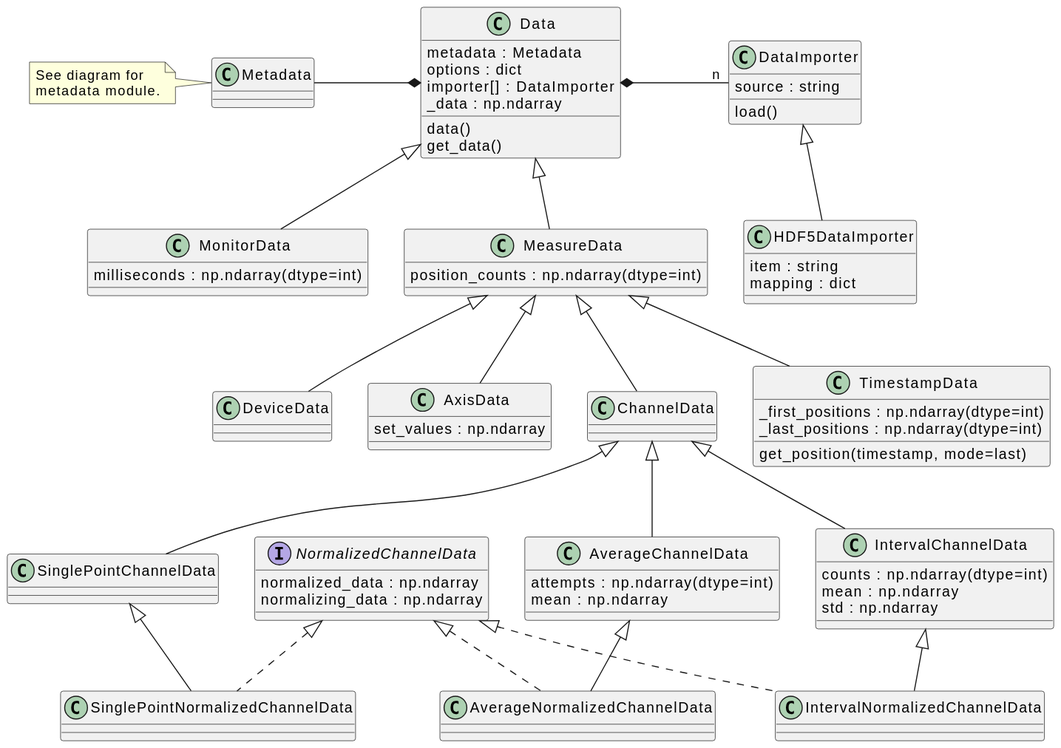
tillbiskup/evefile keeps this PlantUML diagram as docs/uml/evefile.entities.data.svg. Above is the earlier version. The source it was exported from:
```plantuml
@startuml

class Data {
    metadata : Metadata
    options : dict
    importer[] : DataImporter
    _data : np.ndarray
    data()
    get_data()
}

class DataImporter {
    source : string
    load()
}

class HDF5DataImporter extends DataImporter {
    item : string
    mapping : dict
}

class Metadata {
}
note left: See diagram for\nmetadata module.

Data *- "n" DataImporter
Metadata -* Data

class MeasureData extends Data {
    {field} position_counts : np.ndarray(dtype=int)
}

class MonitorData extends Data {
    {field} milliseconds : np.ndarray(dtype=int)
}

Metadata -[hidden]> MonitorData
MonitorData -[hidden]> MeasureData

class DeviceData extends MeasureData

class AxisData extends MeasureData {
    set_values : np.ndarray
}

class ChannelData extends MeasureData {
}

class TimestampData extends MeasureData {
    {field} _first_positions : np.ndarray(dtype=int)
    {field} _last_positions : np.ndarray(dtype=int)
    get_position(timestamp, mode=last)
}

class SinglePointChannelData extends ChannelData {}

interface NormalizedChannelData {
    normalized_data : np.ndarray
    normalizing_data : np.ndarray
}

class SinglePointNormalizedChannelData extends SinglePointChannelData implements NormalizedChannelData {
}

class AverageChannelData extends ChannelData {
    {field} attempts : np.ndarray(dtype=int)
    mean : np.ndarray
}

class AverageNormalizedChannelData extends AverageChannelData implements NormalizedChannelData {
}

class IntervalChannelData extends ChannelData {
    {field} counts : np.ndarray(dtype=int)
    mean : np.ndarray
    std : np.ndarray
}

class IntervalNormalizedChannelData extends IntervalChannelData implements NormalizedChannelData {
}
@enduml
```
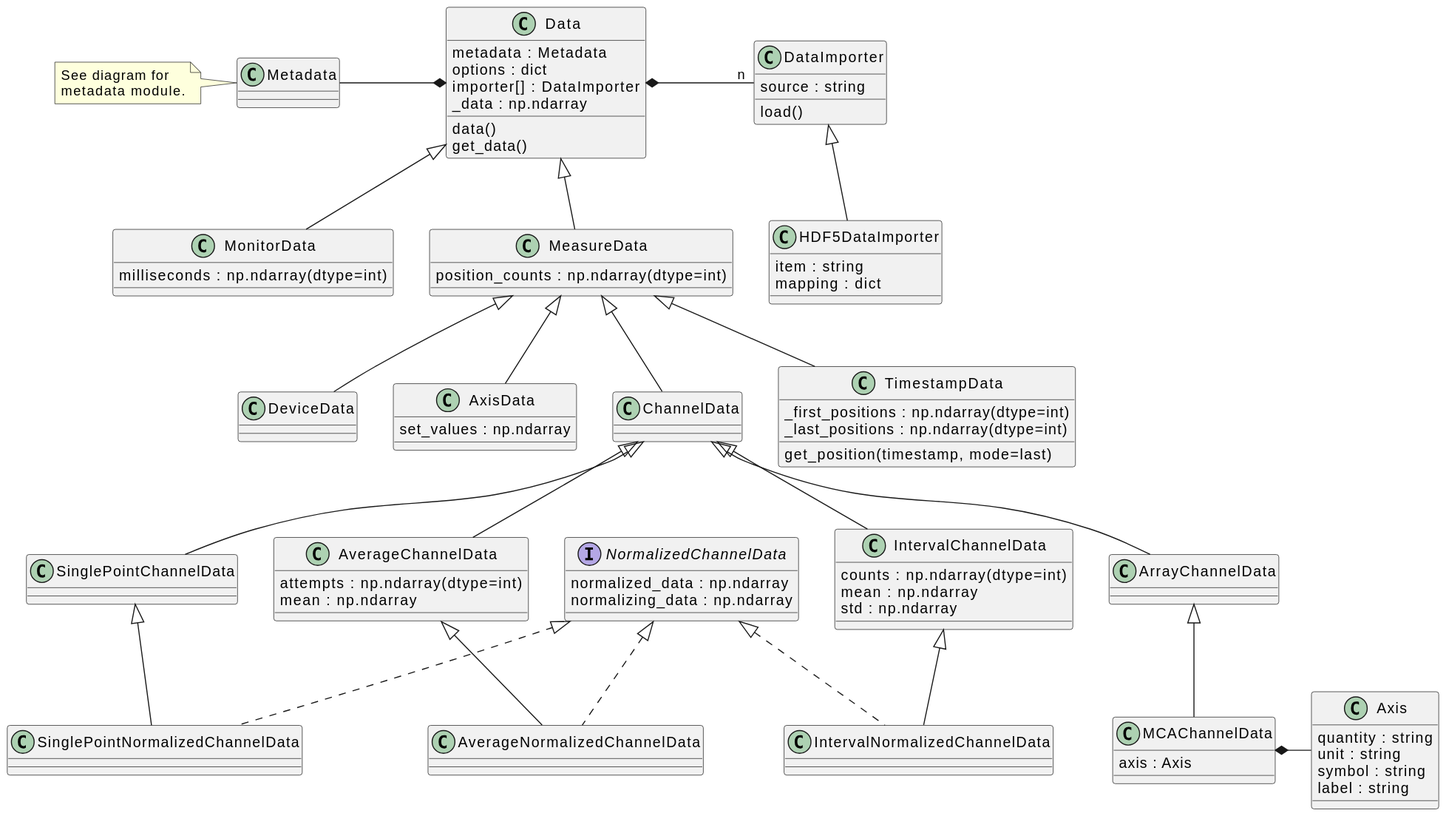
The same diagram one commit later.

The edit, as a diff of the source:
```diff
@@ -78,4 +78,20 @@
 
 class IntervalNormalizedChannelData extends IntervalChannelData implements NormalizedChannelData {
 }
+
+class ArrayChannelData extends ChannelData {
+}
+
+class MCAChannelData extends ArrayChannelData {
+    axis : Axis
+}
+
+MCAChannelData *- Axis
+
+class Axis {
+    quantity : string
+    unit : string
+    symbol : string
+    label : string
+}
 @enduml
```
